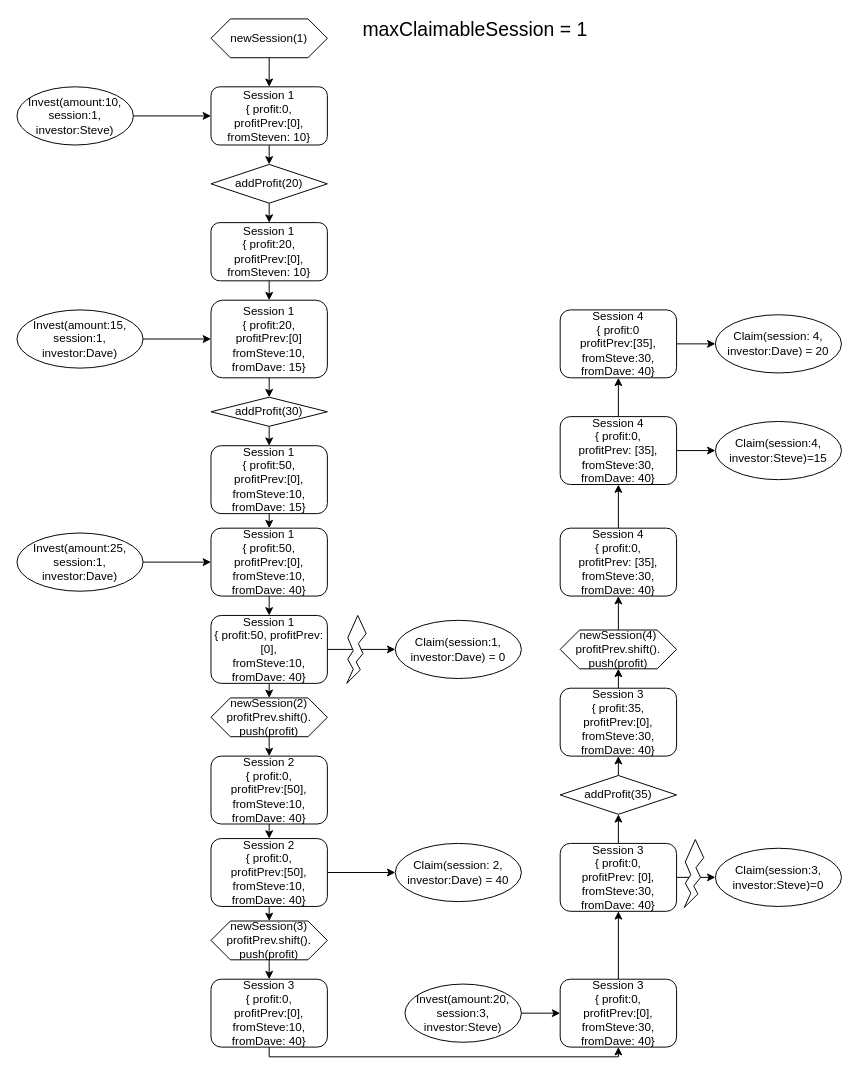
Earlier version of the draw.io diagram page "Test_MaxClaimableSession=1" (2 of 4) of Example1.drawio (ChihHaoChen/thundercoreProfit). Source tidied: cells renumbered, new cells numbered last; positions are measured from the earlier drawing's top-left corner, leaving out a move shared by most shapes. Both pictures are drawn from the tidied source at 97%, with x=0, y=0 at pixel (16, 18).
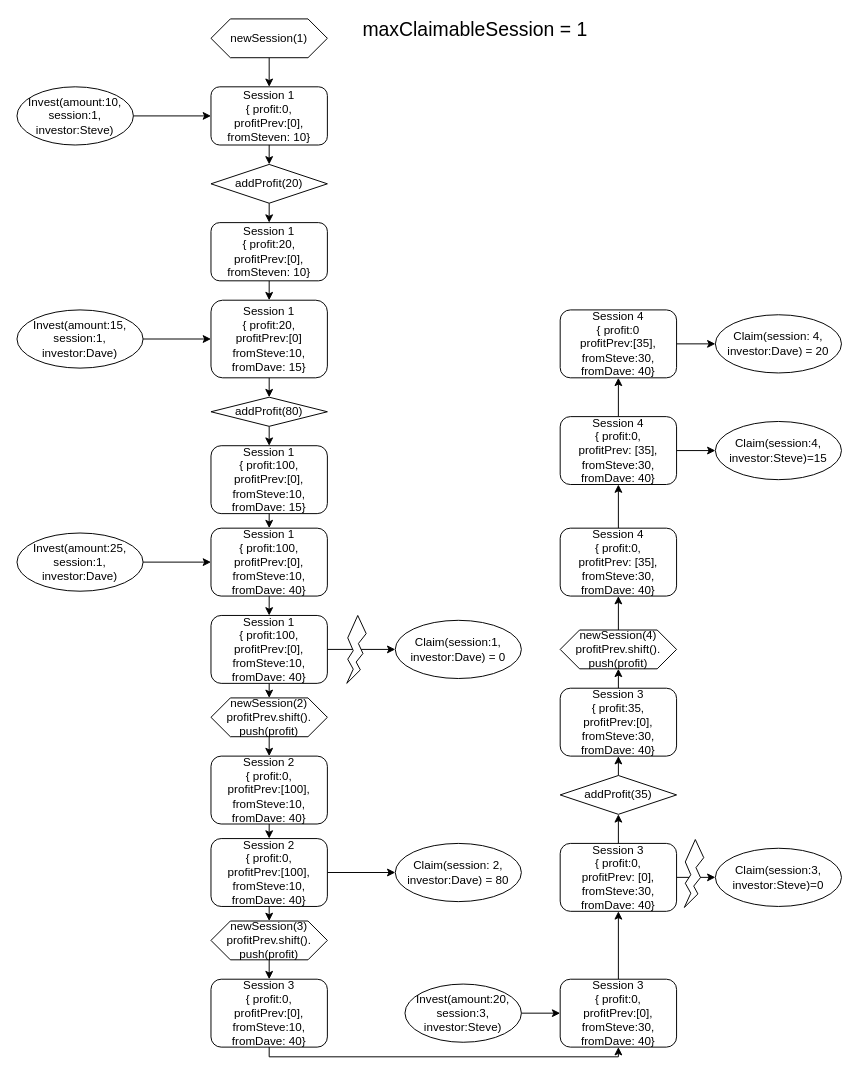
The same page after the edit.

The edit, as a diff of the source:
```diff
@@
-    <mxCell id="15" value="addProfit(30)" style="rhombus;whiteSpace=wrap;html=1;" parent="1" vertex="1">
+    <mxCell id="15" value="addProfit(80)" style="rhombus;whiteSpace=wrap;html=1;" parent="1" vertex="1">
       <mxGeometry x="200" y="390" width="120" height="30" as="geometry" />
     </mxCell>
@@
-    <mxCell id="17" value="&lt;div&gt;Session 1&lt;/div&gt;&lt;div&gt;{ profit:50,&lt;/div&gt;&lt;div&gt;profitPrev:[0],&lt;br&gt;&lt;/div&gt;&lt;div&gt;fromSteve:10,&lt;/div&gt;&lt;div&gt;fromDave: 15}&lt;br&gt;&lt;/div&gt;" style="rounded=1;whiteSpace=wrap;html=1;" parent="1" vertex="1">
+    <mxCell id="17" value="&lt;div&gt;Session 1&lt;/div&gt;&lt;div&gt;{ profit:100,&lt;/div&gt;&lt;div&gt;profitPrev:[0],&lt;br&gt;&lt;/div&gt;&lt;div&gt;fromSteve:10,&lt;/div&gt;&lt;div&gt;fromDave: 15}&lt;br&gt;&lt;/div&gt;" style="rounded=1;whiteSpace=wrap;html=1;" parent="1" vertex="1">
       <mxGeometry x="200" y="440" width="120" height="70" as="geometry" />
     </mxCell>
@@
-    <mxCell id="19" value="&lt;div&gt;Session 1&lt;/div&gt;&lt;div&gt;{ profit:50,&lt;/div&gt;&lt;div&gt;profitPrev:[0],&lt;br&gt;&lt;/div&gt;&lt;div&gt;fromSteve:10,&lt;/div&gt;&lt;div&gt;fromDave: 40}&lt;br&gt;&lt;/div&gt;" style="rounded=1;whiteSpace=wrap;html=1;" parent="1" vertex="1">
+    <mxCell id="19" value="&lt;div&gt;Session 1&lt;/div&gt;&lt;div&gt;{ profit:100,&lt;/div&gt;&lt;div&gt;profitPrev:[0],&lt;br&gt;&lt;/div&gt;&lt;div&gt;fromSteve:10,&lt;/div&gt;&lt;div&gt;fromDave: 40}&lt;br&gt;&lt;/div&gt;" style="rounded=1;whiteSpace=wrap;html=1;" parent="1" vertex="1">
       <mxGeometry x="200" y="525" width="120" height="70" as="geometry" />
     </mxCell>
@@
-    <mxCell id="24" value="&lt;div&gt;Session 1&lt;/div&gt;&lt;div&gt;{ profit:50, profitPrev:[0],&lt;br&gt;&lt;/div&gt;&lt;div&gt;fromSteve:10,&lt;/div&gt;&lt;div&gt;fromDave: 40}&lt;br&gt;&lt;/div&gt;" style="rounded=1;whiteSpace=wrap;html=1;" parent="1" vertex="1">
+    <mxCell id="24" value="&lt;div&gt;Session 1&lt;/div&gt;&lt;div&gt;{ profit:100, profitPrev:[0],&lt;br&gt;&lt;/div&gt;&lt;div&gt;fromSteve:10,&lt;/div&gt;&lt;div&gt;fromDave: 40}&lt;br&gt;&lt;/div&gt;" style="rounded=1;whiteSpace=wrap;html=1;" parent="1" vertex="1">
       <mxGeometry x="200" y="615" width="120" height="70" as="geometry" />
     </mxCell>
@@
-    <mxCell id="28" value="&lt;div&gt;Session 2&lt;br&gt;&lt;/div&gt;&lt;div&gt;{ profit:0,&lt;br&gt;&lt;/div&gt;&lt;div&gt;profitPrev:[50],&lt;/div&gt;&lt;div&gt;fromSteve:10,&lt;/div&gt;&lt;div&gt;fromDave: 40}&lt;br&gt;&lt;/div&gt;" style="rounded=1;whiteSpace=wrap;html=1;" parent="1" vertex="1">
+    <mxCell id="28" value="&lt;div&gt;Session 2&lt;br&gt;&lt;/div&gt;&lt;div&gt;{ profit:0,&lt;br&gt;&lt;/div&gt;&lt;div&gt;profitPrev:[100],&lt;/div&gt;&lt;div&gt;fromSteve:10,&lt;/div&gt;&lt;div&gt;fromDave: 40}&lt;br&gt;&lt;/div&gt;" style="rounded=1;whiteSpace=wrap;html=1;" parent="1" vertex="1">
       <mxGeometry x="200" y="760" width="120" height="70" as="geometry" />
     </mxCell>
-    <mxCell id="29" value="Claim(session: 2, investor:Dave) = 40" style="ellipse;whiteSpace=wrap;html=1;" parent="1" vertex="1">
+    <mxCell id="29" value="Claim(session: 2, investor:Dave) = 80" style="ellipse;whiteSpace=wrap;html=1;" parent="1" vertex="1">
       <mxGeometry x="390" y="850" width="130" height="60" as="geometry" />
     </mxCell>
@@
-    <mxCell id="32" value="&lt;div&gt;Session 2&lt;br&gt;&lt;/div&gt;&lt;div&gt;{ profit:0,&lt;br&gt;&lt;/div&gt;&lt;div&gt;profitPrev:[50],&lt;/div&gt;&lt;div&gt;fromSteve:10,&lt;/div&gt;&lt;div&gt;fromDave: 40}&lt;br&gt;&lt;/div&gt;" style="rounded=1;whiteSpace=wrap;html=1;" parent="1" vertex="1">
+    <mxCell id="32" value="&lt;div&gt;Session 2&lt;br&gt;&lt;/div&gt;&lt;div&gt;{ profit:0,&lt;br&gt;&lt;/div&gt;&lt;div&gt;profitPrev:[100],&lt;/div&gt;&lt;div&gt;fromSteve:10,&lt;/div&gt;&lt;div&gt;fromDave: 40}&lt;br&gt;&lt;/div&gt;" style="rounded=1;whiteSpace=wrap;html=1;" parent="1" vertex="1">
       <mxGeometry x="200" y="845" width="120" height="70" as="geometry" />
     </mxCell>
```
